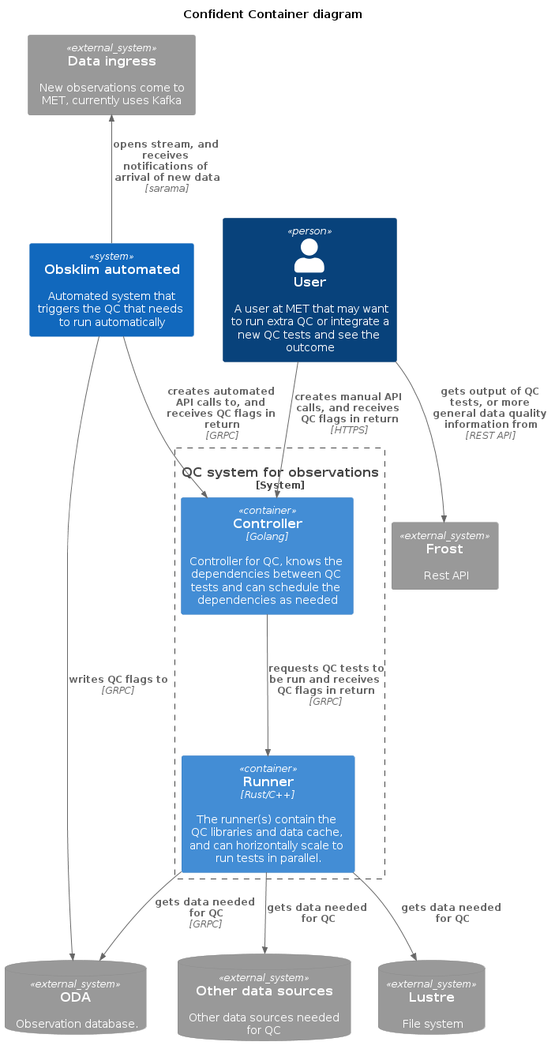
metno/rove keeps this PlantUML diagram as docs/Confident_Container.png. Above is the earlier version.
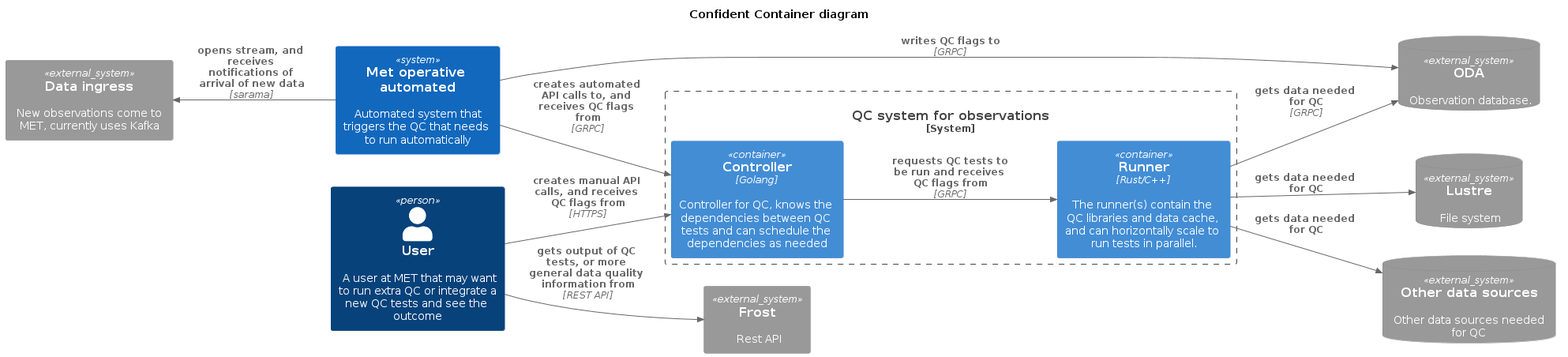
The same file after the commit.

Change to the diagram source:
```diff
@@ -1,14 +1,14 @@
 @startuml Confident_Container
 !include https://raw.githubusercontent.com/plantuml-stdlib/C4-PlantUML/master/C4_Container.puml
 
-LAYOUT_TOP_DOWN()
+LAYOUT_LEFT_RIGHT()
 
 title
   Confident Container diagram
 end title
 
 Person(user, "User", "A user at MET that may want to run extra QC or integrate a new QC tests and see the outcome")
-System(new_obs_system, "Obsklim automated", "Automated system that triggers the QC that needs to run automatically")
+System(new_obs_system, "Met operative automated", "Automated system that triggers the QC that needs to run automatically")
 System_Ext(kafka, "Data ingress", "New observations come to MET, currently uses Kafka")
 
 System_Ext(frost, "Frost", "Rest API")
@@ -23,11 +23,11 @@
 
 Rel_U(new_obs_system, kafka, "opens stream, and receives notifications of arrival of new data", "sarama")
 
-Rel(controller, runner, "requests QC tests to be run and receives QC flags in return", "GRPC")
+Rel(controller, runner, "requests QC tests to be run and receives QC flags from", "GRPC")
 Rel(new_obs_system, oda, "writes QC flags to", "GRPC")
 
-Rel(user, controller, "creates manual API calls, and receives QC flags in return", "HTTPS")
-Rel(new_obs_system, controller, "creates automated API calls to, and receives QC flags in return", "GRPC")
+Rel(user, controller, "creates manual API calls, and receives QC flags from", "HTTPS")
+Rel(new_obs_system, controller, "creates automated API calls to, and receives QC flags from", "GRPC")
 Rel(runner, oda, "gets data needed for QC", "GRPC")
 Rel(runner, lustre, "gets data needed for QC")
 Rel(runner, datasources, "gets data needed for QC")
```
